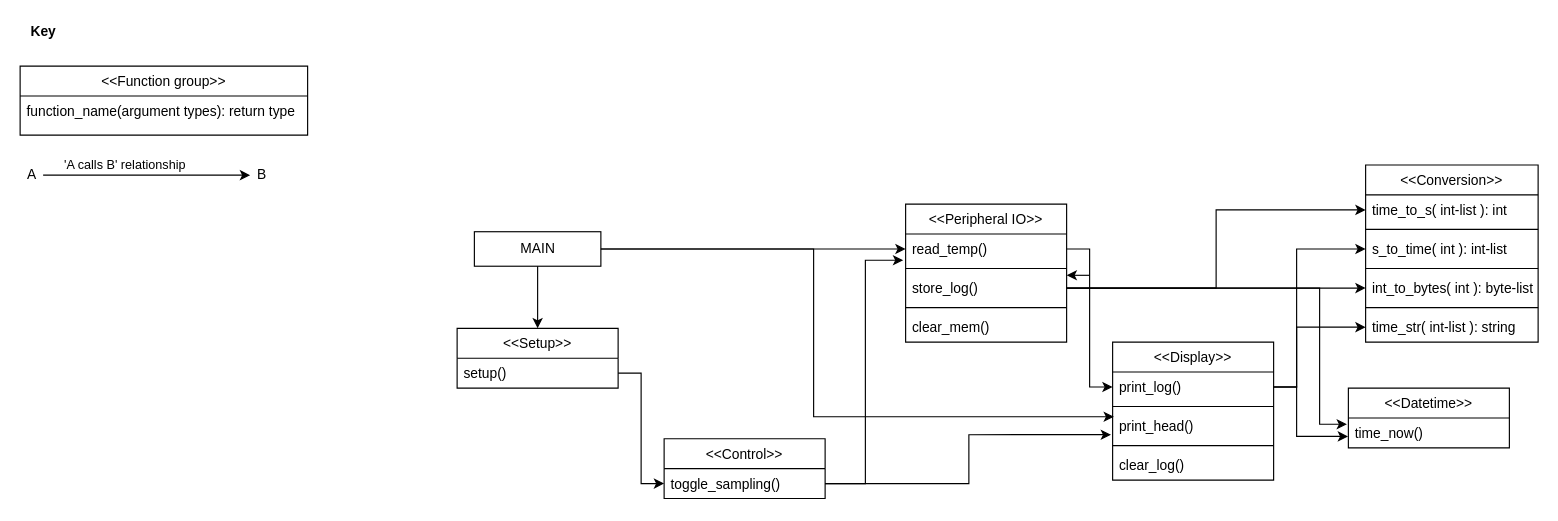
Earlier version of the draw.io diagram diagrams/classdiagram.drawio (hrrhan002/Terrarium-Logger). Source tidied: cells renumbered, new cells numbered last; positions are measured from the earlier drawing's top-left corner, leaving out a move shared by most shapes. Both pictures are drawn from the tidied source at 115%, with x=0, y=0 at pixel (20, 20).
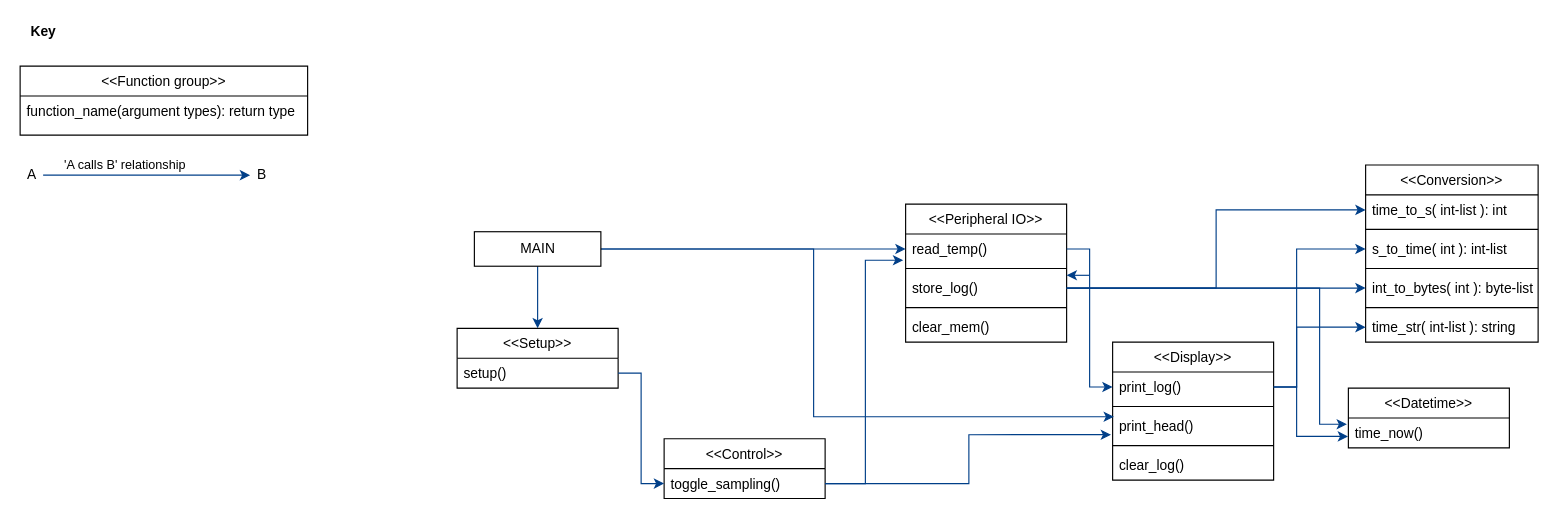
After the change.

Unchanged cells that the change refers to:
```xml
<mxCell id="7" value="&lt;&lt;Setup&gt;&gt;" style="swimlane;fontStyle=0;horizontal=1;startSize=26;fillColor=none;" parent="1" vertex="1">
  <mxGeometry x="380" y="268" width="140" height="52" as="geometry" />
</mxCell>
<mxCell id="8" value="setup()" style="text;strokeColor=none;fillColor=none;align=left;verticalAlign=top;spacingLeft=4;spacingRight=4;overflow=hidden;points=[[0,0.5],[1,0.5]];portConstraint=eastwest;" parent="7" vertex="1">
  <mxGeometry y="26" width="140" height="26" as="geometry" />
</mxCell>
<mxCell id="9" value="&lt;&lt;Peripheral IO&gt;&gt;" style="swimlane;fontStyle=0;horizontal=1;startSize=26;fillColor=none;" parent="1" vertex="1">
  <mxGeometry x="770" y="160" width="140" height="120" as="geometry" />
</mxCell>
<mxCell id="10" value="read_temp()" style="text;strokeColor=none;fillColor=none;align=left;verticalAlign=top;spacingLeft=4;spacingRight=4;overflow=hidden;points=[[0,0.5],[1,0.5]];portConstraint=eastwest;" parent="9" vertex="1">
  <mxGeometry y="26" width="140" height="26" as="geometry" />
</mxCell>
<mxCell id="12" value="store_log()" style="text;strokeColor=none;fillColor=none;align=left;verticalAlign=top;spacingLeft=4;spacingRight=4;overflow=hidden;points=[[0,0.5],[1,0.5]];portConstraint=eastwest;" parent="9" vertex="1">
  <mxGeometry y="60" width="140" height="26" as="geometry" />
</mxCell>
<mxCell id="15" value="&lt;&lt;Display&gt;&gt;" style="swimlane;fontStyle=0;horizontal=1;startSize=26;fillColor=none;" parent="1" vertex="1">
  <mxGeometry x="950" y="280" width="140" height="120" as="geometry" />
</mxCell>
<mxCell id="16" value="print_log()" style="text;strokeColor=none;fillColor=none;align=left;verticalAlign=top;spacingLeft=4;spacingRight=4;overflow=hidden;points=[[0,0.5],[1,0.5]];portConstraint=eastwest;" parent="15" vertex="1">
  <mxGeometry y="26" width="140" height="26" as="geometry" />
</mxCell>
<mxCell id="18" value="print_head()" style="text;strokeColor=none;fillColor=none;align=left;verticalAlign=top;spacingLeft=4;spacingRight=4;overflow=hidden;points=[[0,0.5],[1,0.5]];portConstraint=eastwest;" parent="15" vertex="1">
  <mxGeometry y="60" width="140" height="26" as="geometry" />
</mxCell>
<mxCell id="22" value="toggle_sampling()" style="text;strokeColor=none;fillColor=none;align=left;verticalAlign=top;spacingLeft=4;spacingRight=4;overflow=hidden;points=[[0,0.5],[1,0.5]];portConstraint=eastwest;" parent="21" vertex="1">
  <mxGeometry y="26" width="140" height="26" as="geometry" />
</mxCell>
<mxCell id="24" value="time_now()" style="text;strokeColor=none;fillColor=none;align=left;verticalAlign=top;spacingLeft=4;spacingRight=4;overflow=hidden;points=[[0,0.5],[1,0.5]];portConstraint=eastwest;" parent="23" vertex="1">
  <mxGeometry y="26" width="140" height="26" as="geometry" />
</mxCell>
<mxCell id="26" value="time_to_s( int-list ): int" style="text;strokeColor=none;fillColor=none;align=left;verticalAlign=top;spacingLeft=4;spacingRight=4;overflow=hidden;points=[[0,0.5],[1,0.5]];portConstraint=eastwest;" parent="25" vertex="1">
  <mxGeometry y="26" width="150" height="26" as="geometry" />
</mxCell>
<mxCell id="28" value="s_to_time( int ): int-list" style="text;strokeColor=none;fillColor=none;align=left;verticalAlign=top;spacingLeft=4;spacingRight=4;overflow=hidden;points=[[0,0.5],[1,0.5]];portConstraint=eastwest;" parent="25" vertex="1">
  <mxGeometry y="60" width="150" height="26" as="geometry" />
</mxCell>
<mxCell id="30" value="int_to_bytes( int ): byte-list" style="text;strokeColor=none;fillColor=none;align=left;verticalAlign=top;spacingLeft=4;spacingRight=4;overflow=hidden;points=[[0,0.5],[1,0.5]];portConstraint=eastwest;" parent="25" vertex="1">
  <mxGeometry y="94" width="150" height="26" as="geometry" />
</mxCell>
<mxCell id="32" value="time_str( int-list ): string" style="text;strokeColor=none;fillColor=none;align=left;verticalAlign=top;spacingLeft=4;spacingRight=4;overflow=hidden;points=[[0,0.5],[1,0.5]];portConstraint=eastwest;" parent="25" vertex="1">
  <mxGeometry y="128" width="150" height="26" as="geometry" />
</mxCell>
<mxCell id="36" value="MAIN" style="html=1;fillColor=none;align=center;" parent="1" vertex="1">
  <mxGeometry x="395" y="184" width="110" height="30" as="geometry" />
</mxCell>
```

Change to the diagram source:
```diff
@@
-    <mxCell id="4" style="endArrow=classic;html=1;endFill=1;" parent="1" edge="1">
-      <mxGeometry relative="1" as="geometry">
-        <mxPoint x="20" y="134.8" as="sourcePoint" />
-        <mxPoint x="200" y="134.8" as="targetPoint" />
-      </mxGeometry>
-    </mxCell>
+    <mxCell id="50" style="endArrow=classic;html=1;endFill=1;strokeColor=#003F88;" parent="1" edge="1">
+      <mxGeometry relative="1" as="geometry">
+        <mxPoint x="20" y="134.8" as="sourcePoint" />
+        <mxPoint x="200" y="134.8" as="targetPoint" />
+      </mxGeometry>
+    </mxCell>
-    <mxCell id="5" value="'A calls B' relationship" style="edgeLabel;html=1;align=center;verticalAlign=middle;" parent="4" vertex="1">
+    <mxCell id="5" value="'A calls B' relationship" style="edgeLabel;html=1;align=center;verticalAlign=middle;" parent="50" vertex="1">
       <mxGeometry x="0.31" y="-1" relative="1" as="geometry">
         <mxPoint x="-48" y="-10.8" as="offset" />
       </mxGeometry>
     </mxCell>
@@
-    <mxCell id="11" style="line;strokeWidth=1;fillColor=none;align=left;verticalAlign=middle;spacingTop=-1;spacingLeft=3;spacingRight=3;labelPosition=right;" parent="9" vertex="1">
-      <mxGeometry y="52" width="140" height="8" as="geometry" />
-    </mxCell>
+    <mxCell id="51" style="line;strokeWidth=1;fillColor=none;align=left;verticalAlign=middle;spacingTop=-1;spacingLeft=3;spacingRight=3;labelPosition=right;" parent="9" vertex="1">
+      <mxGeometry y="52" width="140" height="8" as="geometry" />
+    </mxCell>
@@
-    <mxCell id="13" style="line;strokeWidth=1;fillColor=none;align=left;verticalAlign=middle;spacingTop=-1;spacingLeft=3;spacingRight=3;labelPosition=right;" parent="9" vertex="1">
-      <mxGeometry y="86" width="140" height="8" as="geometry" />
-    </mxCell>
+    <mxCell id="52" style="line;strokeWidth=1;fillColor=none;align=left;verticalAlign=middle;spacingTop=-1;spacingLeft=3;spacingRight=3;labelPosition=right;" parent="9" vertex="1">
+      <mxGeometry y="86" width="140" height="8" as="geometry" />
+    </mxCell>
@@
-    <mxCell id="17" style="line;strokeWidth=1;fillColor=none;align=left;verticalAlign=middle;spacingTop=-1;spacingLeft=3;spacingRight=3;labelPosition=right;" parent="15" vertex="1">
-      <mxGeometry y="52" width="140" height="8" as="geometry" />
-    </mxCell>
+    <mxCell id="53" style="line;strokeWidth=1;fillColor=none;align=left;verticalAlign=middle;spacingTop=-1;spacingLeft=3;spacingRight=3;labelPosition=right;" parent="15" vertex="1">
+      <mxGeometry y="52" width="140" height="8" as="geometry" />
+    </mxCell>
@@
-    <mxCell id="19" style="line;strokeWidth=1;fillColor=none;align=left;verticalAlign=middle;spacingTop=-1;spacingLeft=3;spacingRight=3;labelPosition=right;" parent="15" vertex="1">
-      <mxGeometry y="86" width="140" height="8" as="geometry" />
-    </mxCell>
+    <mxCell id="54" style="line;strokeWidth=1;fillColor=none;align=left;verticalAlign=middle;spacingTop=-1;spacingLeft=3;spacingRight=3;labelPosition=right;" parent="15" vertex="1">
+      <mxGeometry y="86" width="140" height="8" as="geometry" />
+    </mxCell>
@@
-    <mxCell id="33" style="edgeStyle=orthogonalEdgeStyle;rounded=0;jettySize=auto;html=1;entryX=0.5;entryY=0;entryDx=0;entryDy=0;" parent="1" edge="1" source="36" target="7">
+    <mxCell id="33" style="edgeStyle=orthogonalEdgeStyle;rounded=0;jettySize=auto;html=1;entryX=0.5;entryY=0;entryDx=0;entryDy=0;strokeColor=#003F88;" parent="1" edge="1" source="36" target="7">
       <mxGeometry relative="1" as="geometry" />
     </mxCell>
-    <mxCell id="34" style="edgeStyle=orthogonalEdgeStyle;rounded=0;jettySize=auto;html=1;entryX=0;entryY=0.5;entryDx=0;entryDy=0;endArrow=classic;endFill=1;" parent="1" edge="1" source="36" target="10">
+    <mxCell id="34" style="edgeStyle=orthogonalEdgeStyle;rounded=0;jettySize=auto;html=1;entryX=0;entryY=0.5;entryDx=0;entryDy=0;endArrow=classic;endFill=1;strokeColor=#003f88;" parent="1" edge="1" source="36" target="10">
       <mxGeometry relative="1" as="geometry" />
     </mxCell>
-    <mxCell id="35" style="edgeStyle=orthogonalEdgeStyle;rounded=0;jettySize=auto;html=1;entryX=0.008;entryY=0.187;entryDx=0;entryDy=0;entryPerimeter=0;endArrow=classic;endFill=1;" parent="1" edge="1" source="36" target="18">
+    <mxCell id="35" style="edgeStyle=orthogonalEdgeStyle;rounded=0;jettySize=auto;html=1;entryX=0.008;entryY=0.187;entryDx=0;entryDy=0;entryPerimeter=0;endArrow=classic;endFill=1;strokeColor=#003F88;" parent="1" edge="1" source="36" target="18">
       <mxGeometry relative="1" as="geometry">
         <Array as="points">
           <mxPoint x="690" y="199" />
           <mxPoint x="690" y="345" />
         </Array>
       </mxGeometry>
     </mxCell>
@@
-    <mxCell id="39" style="edgeStyle=orthogonalEdgeStyle;rounded=0;jettySize=auto;html=1;entryX=0;entryY=0.5;entryDx=0;entryDy=0;endArrow=classic;endFill=1;" parent="1" edge="1" source="10" target="16">
+    <mxCell id="39" style="edgeStyle=orthogonalEdgeStyle;rounded=0;jettySize=auto;html=1;entryX=0;entryY=0.5;entryDx=0;entryDy=0;endArrow=classic;endFill=1;strokeColor=#003F88;" parent="1" edge="1" source="10" target="16">
       <mxGeometry relative="1" as="geometry" />
     </mxCell>
-    <mxCell id="40" style="edgeStyle=orthogonalEdgeStyle;rounded=0;jettySize=auto;html=1;entryX=0;entryY=0.5;entryDx=0;entryDy=0;endArrow=classic;endFill=1;" parent="1" edge="1" source="12" target="26">
+    <mxCell id="40" style="edgeStyle=orthogonalEdgeStyle;rounded=0;jettySize=auto;html=1;entryX=0;entryY=0.5;entryDx=0;entryDy=0;endArrow=classic;endFill=1;strokeColor=#003F88;" parent="1" edge="1" source="12" target="26">
       <mxGeometry relative="1" as="geometry" />
     </mxCell>
-    <mxCell id="41" style="edgeStyle=orthogonalEdgeStyle;rounded=0;jettySize=auto;html=1;entryX=0;entryY=0.5;entryDx=0;entryDy=0;endArrow=classic;endFill=1;" parent="1" edge="1" source="12" target="30">
+    <mxCell id="41" style="edgeStyle=orthogonalEdgeStyle;rounded=0;jettySize=auto;html=1;entryX=0;entryY=0.5;entryDx=0;entryDy=0;endArrow=classic;endFill=1;strokeColor=#003F88;" parent="1" edge="1" source="12" target="30">
       <mxGeometry relative="1" as="geometry" />
     </mxCell>
-    <mxCell id="42" style="edgeStyle=orthogonalEdgeStyle;rounded=0;jettySize=auto;html=1;entryX=-0.009;entryY=0.209;entryDx=0;entryDy=0;entryPerimeter=0;endArrow=classic;endFill=1;" parent="1" edge="1" source="12" target="24">
+    <mxCell id="42" style="edgeStyle=orthogonalEdgeStyle;rounded=0;jettySize=auto;html=1;entryX=-0.009;entryY=0.209;entryDx=0;entryDy=0;entryPerimeter=0;endArrow=classic;endFill=1;strokeColor=#003F88;" parent="1" edge="1" source="12" target="24">
       <mxGeometry relative="1" as="geometry">
         <Array as="points">
           <mxPoint x="1130" y="233" />
           <mxPoint x="1130" y="351" />
         </Array>
       </mxGeometry>
     </mxCell>
-    <mxCell id="43" style="edgeStyle=orthogonalEdgeStyle;rounded=0;jettySize=auto;html=1;entryX=-0.002;entryY=0.615;entryDx=0;entryDy=0;entryPerimeter=0;endArrow=classic;endFill=1;" parent="1" edge="1" source="16" target="24">
+    <mxCell id="43" style="edgeStyle=orthogonalEdgeStyle;rounded=0;jettySize=auto;html=1;entryX=-0.002;entryY=0.615;entryDx=0;entryDy=0;entryPerimeter=0;endArrow=classic;endFill=1;strokeColor=#003F88;" parent="1" edge="1" source="16" target="24">
       <mxGeometry relative="1" as="geometry">
         <Array as="points">
           <mxPoint x="1110" y="319" />
           <mxPoint x="1110" y="362" />
         </Array>
       </mxGeometry>
     </mxCell>
-    <mxCell id="44" style="edgeStyle=orthogonalEdgeStyle;rounded=0;jettySize=auto;html=1;entryX=0;entryY=0.5;entryDx=0;entryDy=0;endArrow=classic;endFill=1;" parent="1" edge="1" source="16" target="28">
+    <mxCell id="44" style="edgeStyle=orthogonalEdgeStyle;rounded=0;jettySize=auto;html=1;entryX=0;entryY=0.5;entryDx=0;entryDy=0;endArrow=classic;endFill=1;strokeColor=#003F88;" parent="1" edge="1" source="16" target="28">
       <mxGeometry relative="1" as="geometry">
         <Array as="points">
           <mxPoint x="1110" y="319" />
           <mxPoint x="1110" y="199" />
         </Array>
       </mxGeometry>
     </mxCell>
-    <mxCell id="45" style="edgeStyle=orthogonalEdgeStyle;rounded=0;jettySize=auto;html=1;entryX=0;entryY=0.5;entryDx=0;entryDy=0;endArrow=classic;endFill=1;" parent="1" edge="1" source="16" target="32">
+    <mxCell id="45" style="edgeStyle=orthogonalEdgeStyle;rounded=0;jettySize=auto;html=1;entryX=0;entryY=0.5;entryDx=0;entryDy=0;endArrow=classic;endFill=1;strokeColor=#003F88;" parent="1" edge="1" source="16" target="32">
       <mxGeometry relative="1" as="geometry">
         <Array as="points">
           <mxPoint x="1110" y="319" />
           <mxPoint x="1110" y="267" />
         </Array>
       </mxGeometry>
     </mxCell>
-    <mxCell id="46" style="edgeStyle=orthogonalEdgeStyle;rounded=0;jettySize=auto;html=1;entryX=-0.015;entryY=0.878;entryDx=0;entryDy=0;entryPerimeter=0;endArrow=classic;endFill=1;" parent="1" edge="1" source="22" target="10">
+    <mxCell id="46" style="edgeStyle=orthogonalEdgeStyle;rounded=0;jettySize=auto;html=1;entryX=-0.015;entryY=0.878;entryDx=0;entryDy=0;entryPerimeter=0;endArrow=classic;endFill=1;strokeColor=#003f88;" parent="1" edge="1" source="22" target="10">
       <mxGeometry relative="1" as="geometry" />
     </mxCell>
-    <mxCell id="47" style="edgeStyle=orthogonalEdgeStyle;rounded=0;jettySize=auto;html=1;entryX=-0.01;entryY=0.788;entryDx=0;entryDy=0;entryPerimeter=0;endArrow=classic;endFill=1;" parent="1" edge="1" source="22" target="18">
+    <mxCell id="47" style="edgeStyle=orthogonalEdgeStyle;rounded=0;jettySize=auto;html=1;entryX=-0.01;entryY=0.788;entryDx=0;entryDy=0;entryPerimeter=0;endArrow=classic;endFill=1;strokeColor=#003F88;" parent="1" edge="1" source="22" target="18">
       <mxGeometry relative="1" as="geometry" />
     </mxCell>
-    <mxCell id="48" style="edgeStyle=orthogonalEdgeStyle;rounded=0;jettySize=auto;html=1;entryX=0;entryY=0.5;entryDx=0;entryDy=0;endArrow=classic;endFill=1;" parent="1" edge="1" source="8" target="22">
+    <mxCell id="48" style="edgeStyle=orthogonalEdgeStyle;rounded=0;jettySize=auto;html=1;entryX=0;entryY=0.5;entryDx=0;entryDy=0;endArrow=classic;endFill=1;strokeColor=#003f88;" parent="1" edge="1" source="8" target="22">
       <mxGeometry relative="1" as="geometry" />
     </mxCell>
-    <mxCell id="49" style="endArrow=classic;html=1;" parent="1" edge="1">
-      <mxGeometry relative="1" as="geometry">
-        <mxPoint x="930" y="221.9" as="sourcePoint" />
-        <mxPoint x="910" y="221.9" as="targetPoint" />
-      </mxGeometry>
-    </mxCell>
+    <mxCell id="55" style="endArrow=classic;html=1;strokeColor=#003F88;" parent="1" edge="1">
+      <mxGeometry relative="1" as="geometry">
+        <mxPoint x="930" y="221.9" as="sourcePoint" />
+        <mxPoint x="910" y="221.9" as="targetPoint" />
+      </mxGeometry>
+    </mxCell>
```
